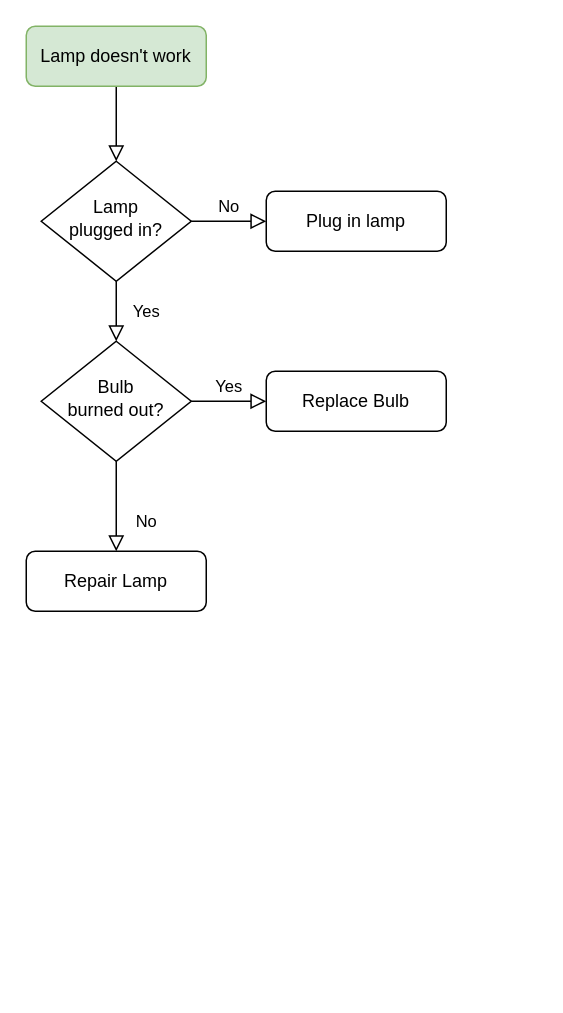
This is 未命名绘图.drawio from MrVersion/draw.io, a draw.io file, before an edit. Source tidied: cells renumbered, new cells numbered last; positions are measured from the earlier drawing's top-left corner, leaving out a move shared by most shapes. Both pictures are drawn from the tidied source at 150%, with x=0, y=0 at pixel (26, 26).
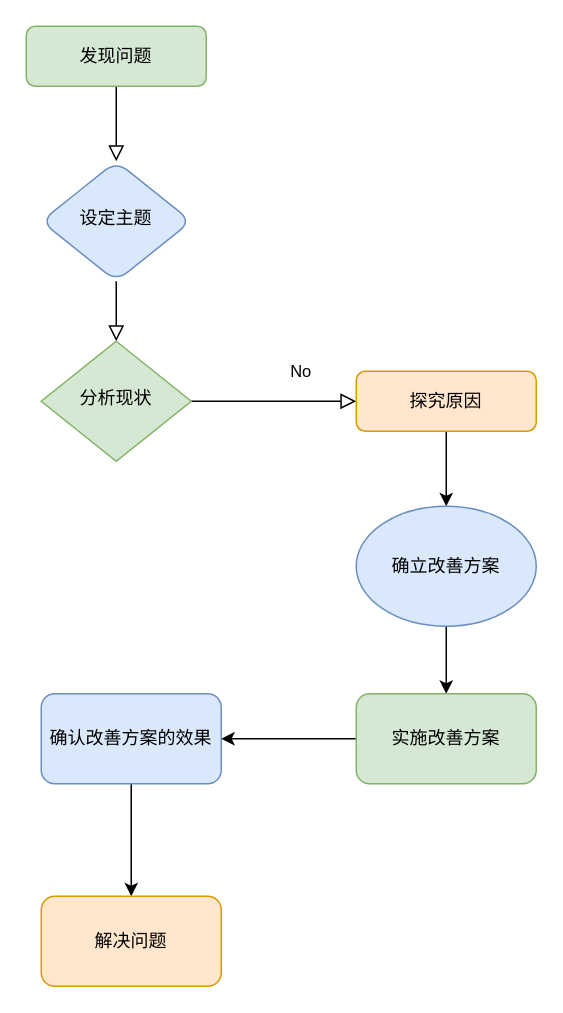
After the change.

Commit message:
更新未命名绘图.drawio

Change to the diagram source:
```diff
@@
 <mxGraphModel>
   <root>
     <mxCell id="0" />
     <mxCell id="1" parent="0" />
     <mxCell id="2" style="rounded=0;html=1;jettySize=auto;fontSize=11;endArrow=block;endFill=0;endSize=8;strokeWidth=1;shadow=0;labelBackgroundColor=none;edgeStyle=orthogonalEdgeStyle;" parent="1" edge="1" source="3" target="6">
       <mxGeometry relative="1" as="geometry" />
     </mxCell>
-    <mxCell id="3" value="Lamp doesn't work" style="rounded=1;whiteSpace=wrap;html=1;fontSize=12;glass=0;strokeWidth=1;shadow=0;fillColor=#d5e8d4;strokeColor=#82b366;" parent="1" vertex="1">
+    <mxCell id="3" value="发现问题" style="rounded=1;whiteSpace=wrap;html=1;fontSize=12;glass=0;strokeWidth=1;shadow=0;fillColor=#d5e8d4;strokeColor=#82b366;" parent="1" vertex="1">
       <mxGeometry width="120" height="40" as="geometry" />
     </mxCell>
-    <mxCell id="4" value="Yes" style="rounded=0;html=1;jettySize=auto;fontSize=11;endArrow=block;endFill=0;endSize=8;strokeWidth=1;shadow=0;labelBackgroundColor=none;edgeStyle=orthogonalEdgeStyle;" parent="1" edge="1" source="6" target="10">
+    <mxCell id="4" style="rounded=0;html=1;jettySize=auto;fontSize=11;endArrow=block;endFill=0;endSize=8;strokeWidth=1;shadow=0;labelBackgroundColor=none;edgeStyle=orthogonalEdgeStyle;" parent="1" edge="1" source="6" target="10">
       <mxGeometry y="20" relative="1" as="geometry" />
     </mxCell>
-    <mxCell id="5" value="No" style="edgeStyle=orthogonalEdgeStyle;rounded=0;html=1;jettySize=auto;fontSize=11;endArrow=block;endFill=0;endSize=8;strokeWidth=1;shadow=0;labelBackgroundColor=none;" parent="1" edge="1" source="6" target="7">
-      <mxGeometry y="10" relative="1" as="geometry" />
-    </mxCell>
-    <mxCell id="6" value="Lamp&lt;br&gt;plugged in?" style="rhombus;whiteSpace=wrap;html=1;shadow=0;fontFamily=Helvetica;fontSize=12;align=center;strokeWidth=1;spacing=6;spacingTop=-4;" parent="1" vertex="1">
+    <mxCell id="6" value="设定主题" style="rhombus;whiteSpace=wrap;html=1;shadow=0;fontFamily=Helvetica;fontSize=12;align=center;strokeWidth=1;spacing=6;spacingTop=-4;fillColor=#dae8fc;strokeColor=#6c8ebf;fillStyle=auto;rounded=1;" parent="1" vertex="1">
       <mxGeometry x="10" y="90" width="100" height="80" as="geometry" />
     </mxCell>
-    <mxCell id="7" value="Plug in lamp" style="rounded=1;whiteSpace=wrap;html=1;fontSize=12;glass=0;strokeWidth=1;shadow=0;" parent="1" vertex="1">
-      <mxGeometry x="160" y="110" width="120" height="40" as="geometry" />
-    </mxCell>
-    <mxCell id="8" value="No" style="rounded=0;html=1;jettySize=auto;fontSize=11;endArrow=block;endFill=0;endSize=8;strokeWidth=1;shadow=0;labelBackgroundColor=none;edgeStyle=orthogonalEdgeStyle;" parent="1" edge="1" source="10" target="11">
+    <mxCell id="8" value="No" style="rounded=0;html=1;jettySize=auto;endArrow=block;endFill=0;endSize=8;strokeWidth=1;shadow=0;edgeStyle=orthogonalEdgeStyle;" parent="1" edge="1" source="10" target="11">
       <mxGeometry x="0.33" y="20" relative="1" as="geometry" />
     </mxCell>
-    <mxCell id="9" value="Yes" style="edgeStyle=orthogonalEdgeStyle;rounded=0;html=1;jettySize=auto;fontSize=11;endArrow=block;endFill=0;endSize=8;strokeWidth=1;shadow=0;labelBackgroundColor=none;" parent="1" edge="1" source="10" target="12">
-      <mxGeometry y="10" relative="1" as="geometry" />
-    </mxCell>
-    <mxCell id="10" value="Bulb&lt;br&gt;burned out?" style="rhombus;whiteSpace=wrap;html=1;shadow=0;fontFamily=Helvetica;fontSize=12;align=center;strokeWidth=1;spacing=6;spacingTop=-4;" parent="1" vertex="1">
+    <mxCell id="10" value="分析现状" style="rhombus;whiteSpace=wrap;html=1;shadow=0;fontFamily=Helvetica;fontSize=12;align=center;strokeWidth=1;spacing=6;spacingTop=-4;fillColor=#d5e8d4;strokeColor=#82b366;" parent="1" vertex="1">
       <mxGeometry x="10" y="210" width="100" height="80" as="geometry" />
     </mxCell>
+    <mxCell id="13" style="edgeStyle=orthogonalEdgeStyle;rounded=0;jettySize=auto;html=1;exitX=0.5;exitY=1;exitDx=0;exitDy=0;entryX=0.5;entryY=0;entryDx=0;entryDy=0;" parent="1" edge="1" source="11" target="15">
+      <mxGeometry relative="1" as="geometry" />
+    </mxCell>
-    <mxCell id="11" value="Repair Lamp" style="rounded=1;whiteSpace=wrap;html=1;fontSize=12;glass=0;strokeWidth=1;shadow=0;" parent="1" vertex="1">
-      <mxGeometry y="350" width="120" height="40" as="geometry" />
+    <mxCell id="11" value="探究原因" style="rounded=1;whiteSpace=wrap;html=1;fontSize=12;glass=0;strokeWidth=1;shadow=0;fillColor=#ffe6cc;strokeColor=#d79b00;" parent="1" vertex="1">
+      <mxGeometry x="220" y="230" width="120" height="40" as="geometry" />
     </mxCell>
-    <mxCell id="12" value="Replace Bulb" style="rounded=1;whiteSpace=wrap;html=1;fontSize=12;glass=0;strokeWidth=1;shadow=0;" parent="1" vertex="1">
-      <mxGeometry x="160" y="230" width="120" height="40" as="geometry" />
-    </mxCell>
+    <mxCell id="14" style="edgeStyle=orthogonalEdgeStyle;rounded=0;jettySize=auto;html=1;exitX=0.5;exitY=1;exitDx=0;exitDy=0;entryX=0.5;entryY=0;entryDx=0;entryDy=0;" parent="1" edge="1" source="15" target="17">
+      <mxGeometry relative="1" as="geometry" />
+    </mxCell>
+    <mxCell id="15" value="确立改善方案" style="ellipse;whiteSpace=wrap;html=1;fillColor=#dae8fc;strokeColor=#6c8ebf;" parent="1" vertex="1">
+      <mxGeometry x="220" y="320" width="120" height="80" as="geometry" />
+    </mxCell>
+    <mxCell id="16" style="edgeStyle=orthogonalEdgeStyle;rounded=0;jettySize=auto;html=1;exitX=0;exitY=0.5;exitDx=0;exitDy=0;" parent="1" edge="1" source="17" target="19">
+      <mxGeometry relative="1" as="geometry" />
+    </mxCell>
+    <mxCell id="17" value="实施改善方案" style="rounded=1;whiteSpace=wrap;html=1;fillColor=#d5e8d4;strokeColor=#82b366;" parent="1" vertex="1">
+      <mxGeometry x="220" y="445" width="120" height="60" as="geometry" />
+    </mxCell>
+    <mxCell id="18" style="edgeStyle=orthogonalEdgeStyle;rounded=0;jettySize=auto;html=1;exitX=0.5;exitY=1;exitDx=0;exitDy=0;entryX=0.5;entryY=0;entryDx=0;entryDy=0;" parent="1" edge="1" source="19" target="20">
+      <mxGeometry relative="1" as="geometry" />
+    </mxCell>
+    <mxCell id="19" value="确认改善方案的效果" style="rounded=1;whiteSpace=wrap;html=1;fillColor=#dae8fc;strokeColor=#6c8ebf;" parent="1" vertex="1">
+      <mxGeometry x="10" y="445" width="120" height="60" as="geometry" />
+    </mxCell>
+    <mxCell id="20" value="解决问题" style="rounded=1;whiteSpace=wrap;html=1;fillColor=#ffe6cc;strokeColor=#d79b00;" parent="1" vertex="1">
+      <mxGeometry x="10" y="580" width="120" height="60" as="geometry" />
+    </mxCell>
   </root>
 </mxGraphModel>
```
